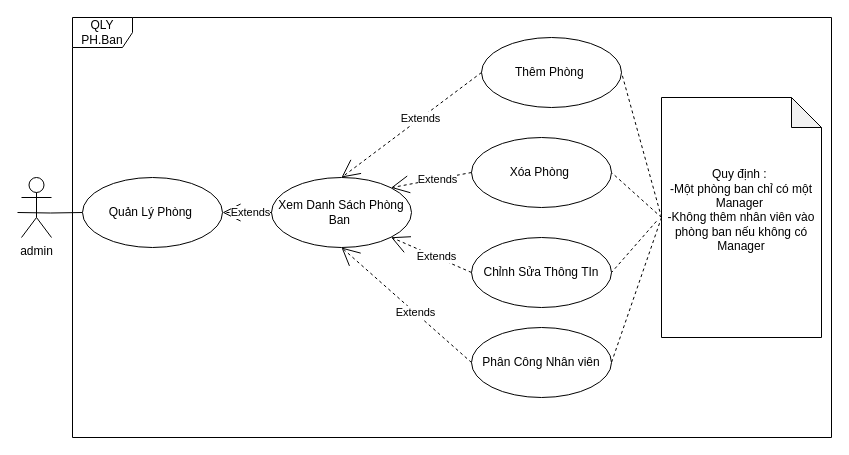
This is PhòngBan.drawio from hoangda24312/Group4-DesigningSystem, a draw.io file, before an edit. Source tidied: cells renumbered, new cells numbered last; positions are measured from the earlier drawing's top-left corner, leaving out a move shared by most shapes. Both pictures are drawn from the tidied source at 100%, with x=0, y=0 at pixel (17, 17).
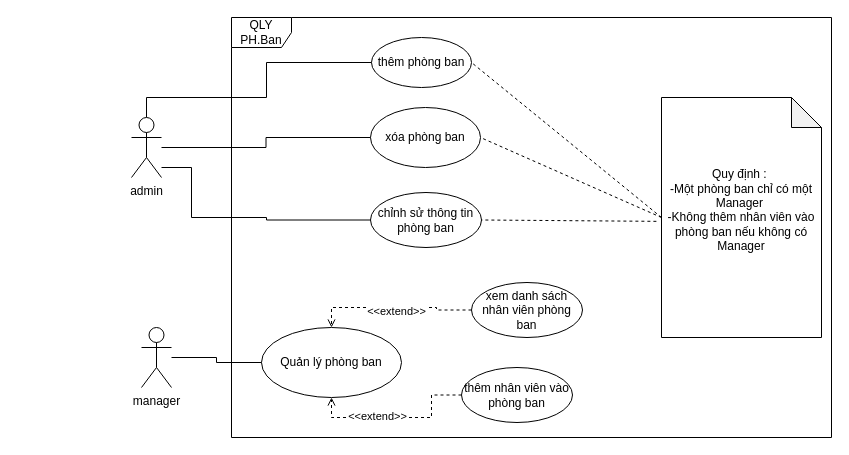
Above is the later version.

Commit message:
*sua lai phongban

Unchanged cells that the change refers to:
```xml
<mxCell id="9" value="Quy định :&amp;nbsp;&lt;div&gt;-Một phòng ban chỉ có một Manager&amp;nbsp;&lt;div&gt;-Không thêm nhân viên vào phòng ban nếu không có Manager&lt;/div&gt;&lt;/div&gt;&lt;div&gt;&lt;br&gt;&lt;/div&gt;" style="shape=note;whiteSpace=wrap;html=1;backgroundOutline=1;darkOpacity=0.05;" parent="1" vertex="1">
  <mxGeometry x="644" y="80" width="160" height="240" as="geometry" />
</mxCell>
```

The edit, as a diff of the source:
```diff
@@
-    <mxCell id="2" style="edgeStyle=orthogonalEdgeStyle;rounded=0;jettySize=auto;html=1;exitX=0.5;exitY=0.5;exitDx=0;exitDy=0;exitPerimeter=0;entryX=0;entryY=0.5;entryDx=0;entryDy=0;shape=wire;endArrow=none;endFill=0;" parent="1" edge="1" target="3">
-      <mxGeometry relative="1" as="geometry">
-        <mxPoint y="195" as="sourcePoint" />
-      </mxGeometry>
-    </mxCell>
-    <mxCell id="3" value="Quản Lý Phòng&amp;nbsp;" style="ellipse;whiteSpace=wrap;html=1;" parent="1" vertex="1">
-      <mxGeometry x="65" y="160" width="140" height="70" as="geometry" />
-    </mxCell>
-    <mxCell id="4" value="Xóa Phòng&amp;nbsp;" style="ellipse;whiteSpace=wrap;html=1;" parent="1" vertex="1">
-      <mxGeometry x="454" y="120" width="140" height="70" as="geometry" />
+    <mxCell id="4" value="xóa phòng ban" style="ellipse;whiteSpace=wrap;html=1;" parent="1" vertex="1">
+      <mxGeometry x="353" y="90" width="110" height="60" as="geometry" />
     </mxCell>
-    <mxCell id="5" value="Thêm Phòng&amp;nbsp;" style="ellipse;whiteSpace=wrap;html=1;" parent="1" vertex="1">
-      <mxGeometry x="464" y="20" width="140" height="70" as="geometry" />
+    <mxCell id="5" value="thêm phòng ban" style="ellipse;whiteSpace=wrap;html=1;" parent="1" vertex="1">
+      <mxGeometry x="354" y="20" width="100" height="50" as="geometry" />
     </mxCell>
-    <mxCell id="6" value="Chỉnh Sửa Thông TIn" style="ellipse;whiteSpace=wrap;html=1;" parent="1" vertex="1">
-      <mxGeometry x="454" y="220" width="140" height="70" as="geometry" />
+    <mxCell id="6" value="chỉnh sử thông tin phòng ban" style="ellipse;whiteSpace=wrap;html=1;" parent="1" vertex="1">
+      <mxGeometry x="353" y="175" width="111" height="55" as="geometry" />
     </mxCell>
-    <mxCell id="7" value="Phân Công Nhân viên" style="ellipse;whiteSpace=wrap;html=1;" parent="1" vertex="1">
-      <mxGeometry x="454" y="310" width="140" height="70" as="geometry" />
+    <mxCell id="7" value="Quản lý phòng ban" style="ellipse;whiteSpace=wrap;html=1;" parent="1" vertex="1">
+      <mxGeometry x="244" y="310" width="140" height="70" as="geometry" />
     </mxCell>
-    <mxCell id="8" value="Xem Danh Sách Phòng Ban&amp;nbsp;" style="ellipse;whiteSpace=wrap;html=1;" parent="1" vertex="1">
-      <mxGeometry x="254" y="160" width="140" height="70" as="geometry" />
-    </mxCell>
@@
-    <mxCell id="10" value="Extends" style="endArrow=open;endSize=16;endFill=0;html=1;rounded=0;exitX=0;exitY=0.5;exitDx=0;exitDy=0;entryX=1;entryY=0.5;entryDx=0;entryDy=0;dashed=1;" parent="1" edge="1" source="8" target="3">
-      <mxGeometry x="-0.12" relative="1" as="geometry">
-        <mxPoint x="1" as="offset" />
-      </mxGeometry>
-    </mxCell>
     <mxCell id="11" value="QLY PH.Ban" style="shape=umlFrame;whiteSpace=wrap;html=1;width=60;height=30;" parent="1" vertex="1">
-      <mxGeometry x="55" width="759" height="420" as="geometry" />
+      <mxGeometry x="214" width="600" height="420" as="geometry" />
     </mxCell>
-    <mxCell id="12" value="Extends" style="endArrow=open;endSize=16;endFill=0;html=1;rounded=0;exitX=0;exitY=0.5;exitDx=0;exitDy=0;dashed=1;entryX=0.5;entryY=0;entryDx=0;entryDy=0;" parent="1" edge="1" source="5" target="8">
-      <mxGeometry x="-0.12" relative="1" as="geometry">
-        <mxPoint x="1" as="offset" />
-      </mxGeometry>
-    </mxCell>
-    <mxCell id="13" value="Extends" style="endArrow=open;endSize=16;endFill=0;html=1;rounded=0;exitX=0;exitY=0.5;exitDx=0;exitDy=0;dashed=1;entryX=1;entryY=0;entryDx=0;entryDy=0;" parent="1" edge="1" source="4" target="8">
-      <mxGeometry x="-0.12" relative="1" as="geometry">
-        <mxPoint x="1" as="offset" />
-      </mxGeometry>
-    </mxCell>
-    <mxCell id="14" value="Extends" style="endArrow=open;endSize=16;endFill=0;html=1;rounded=0;exitX=0;exitY=0.5;exitDx=0;exitDy=0;dashed=1;entryX=1;entryY=1;entryDx=0;entryDy=0;" parent="1" edge="1" source="6" target="8">
-      <mxGeometry x="-0.12" relative="1" as="geometry">
-        <mxPoint x="1" as="offset" />
-      </mxGeometry>
-    </mxCell>
-    <mxCell id="15" value="Extends" style="endArrow=open;endSize=16;endFill=0;html=1;rounded=0;exitX=0;exitY=0.5;exitDx=0;exitDy=0;dashed=1;entryX=0.5;entryY=1;entryDx=0;entryDy=0;" parent="1" edge="1" source="7" target="8">
-      <mxGeometry x="-0.12" relative="1" as="geometry">
-        <mxPoint x="1" as="offset" />
-      </mxGeometry>
-    </mxCell>
@@
-    <mxCell id="19" style="endArrow=none;endSize=16;endFill=0;html=1;rounded=0;exitX=0;exitY=0.5;exitDx=0;exitDy=0;dashed=1;entryX=1;entryY=0.5;entryDx=0;entryDy=0;exitPerimeter=0;" parent="1" edge="1" source="9" target="7">
-      <mxGeometry x="-0.12" relative="1" as="geometry">
-        <mxPoint x="1" as="offset" />
-      </mxGeometry>
-    </mxCell>
+    <mxCell id="21" style="edgeStyle=orthogonalEdgeStyle;rounded=0;jettySize=auto;html=1;entryX=0;entryY=0.5;entryDx=0;entryDy=0;endArrow=none;endFill=0;" parent="1" edge="1" source="20" target="5">
+      <mxGeometry relative="1" as="geometry">
+        <Array as="points">
+          <mxPoint x="129" y="80" />
+          <mxPoint x="249" y="80" />
+          <mxPoint x="249" y="45" />
+        </Array>
+      </mxGeometry>
+    </mxCell>
+    <mxCell id="22" style="edgeStyle=orthogonalEdgeStyle;rounded=0;jettySize=auto;html=1;entryX=0;entryY=0.5;entryDx=0;entryDy=0;endArrow=none;endFill=0;" parent="1" edge="1" source="20" target="4">
+      <mxGeometry relative="1" as="geometry" />
+    </mxCell>
+    <mxCell id="23" style="edgeStyle=orthogonalEdgeStyle;rounded=0;jettySize=auto;html=1;entryX=0;entryY=0.5;entryDx=0;entryDy=0;endArrow=none;endFill=0;" parent="1" edge="1" source="20" target="6">
+      <mxGeometry relative="1" as="geometry">
+        <Array as="points">
+          <mxPoint x="174" y="150" />
+          <mxPoint x="174" y="200" />
+          <mxPoint x="249" y="200" />
+          <mxPoint x="249" y="203" />
+        </Array>
+      </mxGeometry>
+    </mxCell>
     <mxCell id="20" value="admin&lt;div&gt;&lt;br&gt;&lt;/div&gt;" style="shape=umlActor;verticalLabelPosition=bottom;verticalAlign=top;html=1;outlineConnect=0;" parent="1" vertex="1">
-      <mxGeometry x="4" y="160" width="30" height="60" as="geometry" />
+      <mxGeometry x="114" y="100" width="30" height="60" as="geometry" />
     </mxCell>
+    <mxCell id="24" style="edgeStyle=orthogonalEdgeStyle;rounded=0;jettySize=auto;html=1;entryX=0;entryY=0.5;entryDx=0;entryDy=0;endArrow=none;endFill=0;" parent="1" edge="1" source="25" target="7">
+      <mxGeometry relative="1" as="geometry" />
+    </mxCell>
+    <mxCell id="25" value="manager" style="shape=umlActor;verticalLabelPosition=bottom;verticalAlign=top;html=1;outlineConnect=0;" parent="1" vertex="1">
+      <mxGeometry x="124" y="310" width="30" height="60" as="geometry" />
+    </mxCell>
+    <mxCell id="26" style="edgeStyle=orthogonalEdgeStyle;rounded=0;jettySize=auto;html=1;entryX=0.5;entryY=0;entryDx=0;entryDy=0;endArrow=open;endFill=0;dashed=1;" parent="1" edge="1" source="28" target="7">
+      <mxGeometry relative="1" as="geometry" />
+    </mxCell>
+    <mxCell id="27" value="&amp;lt;&amp;lt;extend&amp;gt;&amp;gt;" style="edgeLabel;html=1;align=center;verticalAlign=middle;" parent="26" vertex="1">
+      <mxGeometry x="-0.04" y="3" relative="1" as="geometry" />
+    </mxCell>
+    <mxCell id="28" value="xem danh sách nhân viên phòng ban" style="ellipse;whiteSpace=wrap;html=1;" parent="1" vertex="1">
+      <mxGeometry x="454" y="265" width="111" height="55" as="geometry" />
+    </mxCell>
+    <mxCell id="29" style="edgeStyle=orthogonalEdgeStyle;rounded=0;jettySize=auto;html=1;entryX=0.5;entryY=1;entryDx=0;entryDy=0;endArrow=open;endFill=0;dashed=1;" parent="1" edge="1" source="31" target="7">
+      <mxGeometry relative="1" as="geometry" />
+    </mxCell>
+    <mxCell id="30" value="&amp;lt;&amp;lt;extend&amp;gt;&amp;gt;" style="edgeLabel;html=1;align=center;verticalAlign=middle;" parent="29" vertex="1">
+      <mxGeometry x="0.24" y="-2" relative="1" as="geometry" />
+    </mxCell>
+    <mxCell id="31" value="thêm nhân viên vào phòng ban" style="ellipse;whiteSpace=wrap;html=1;" parent="1" vertex="1">
+      <mxGeometry x="444" y="350" width="111" height="55" as="geometry" />
+    </mxCell>
```
